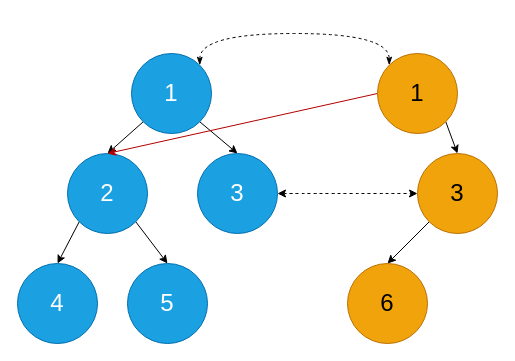
Earlier version of the draw.io diagram drafts/Pics_normal/Immudata树状结构添加节点的示意图.drawio (PopoPlus/learn-skills-github-pages). Source tidied: cells renumbered, new cells numbered last; positions are measured from the earlier drawing's top-left corner, leaving out a move shared by most shapes. Both pictures are drawn from the tidied source at 100%, with x=0, y=0 at pixel (17, 33).
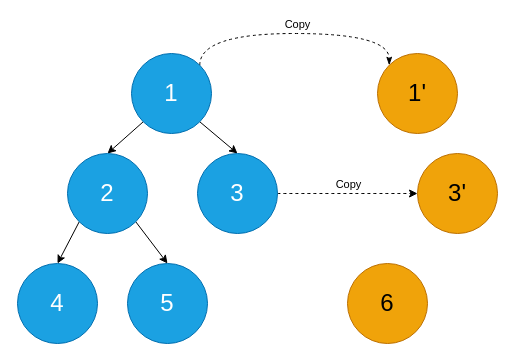
The same diagram, later.

Commit message (it also covers changes not shown here):
完善内容，并修改部分示意图。

The change refers to these unchanged cells:
```xml
<mxCell id="5" value="&lt;font style=&quot;font-size: 24px;&quot;&gt;1&lt;/font&gt;" style="ellipse;whiteSpace=wrap;html=1;fillColor=#1ba1e2;fontColor=#ffffff;strokeColor=#006EAF;" parent="1" vertex="1">
  <mxGeometry x="114" y="20" width="80" height="80" as="geometry" />
</mxCell>
<mxCell id="8" value="&lt;font style=&quot;font-size: 24px;&quot;&gt;2&lt;/font&gt;" style="ellipse;whiteSpace=wrap;html=1;fillColor=#1ba1e2;fontColor=#ffffff;strokeColor=#006EAF;" parent="1" vertex="1">
  <mxGeometry x="50" y="120" width="80" height="80" as="geometry" />
</mxCell>
<mxCell id="10" value="&lt;font style=&quot;font-size: 24px;&quot;&gt;3&lt;/font&gt;" style="ellipse;whiteSpace=wrap;html=1;fillColor=#1ba1e2;fontColor=#ffffff;strokeColor=#006EAF;" parent="1" vertex="1">
  <mxGeometry x="180" y="120" width="80" height="80" as="geometry" />
</mxCell>
<mxCell id="13" value="&lt;font style=&quot;font-size: 24px;&quot;&gt;6&lt;/font&gt;" style="ellipse;whiteSpace=wrap;html=1;fillColor=#f0a30a;fontColor=#000000;strokeColor=#BD7000;" parent="1" vertex="1">
  <mxGeometry x="330" y="230" width="80" height="80" as="geometry" />
</mxCell>
```

Change to the diagram source:
```diff
@@
-    <mxCell id="4" style="edgeStyle=orthogonalEdgeStyle;rounded=0;jettySize=auto;html=1;exitX=1;exitY=0;exitDx=0;exitDy=0;entryX=0;entryY=0;entryDx=0;entryDy=0;curved=1;dashed=1;endArrow=classicThin;endFill=1;startArrow=classicThin;startFill=1;" parent="1" edge="1" source="5" target="16">
+    <mxCell id="4" style="edgeStyle=orthogonalEdgeStyle;rounded=0;jettySize=auto;html=1;exitX=1;exitY=0;exitDx=0;exitDy=0;entryX=0;entryY=0;entryDx=0;entryDy=0;curved=1;dashed=1;endArrow=classicThin;endFill=1;startArrow=none;startFill=0;" parent="1" edge="1" source="5" target="16">
       <mxGeometry relative="1" as="geometry">
         <Array as="points">
           <mxPoint x="182" />
           <mxPoint x="372" />
         </Array>
       </mxGeometry>
     </mxCell>
+    <mxCell id="19" value="Copy" style="edgeLabel;html=1;align=center;verticalAlign=middle;labelBackgroundColor=none;" parent="4" vertex="1">
+      <mxGeometry x="0.09" relative="1" as="geometry">
+        <mxPoint x="-9" y="-10" as="offset" />
+      </mxGeometry>
+    </mxCell>
@@
-    <mxCell id="9" style="edgeStyle=orthogonalEdgeStyle;rounded=0;jettySize=auto;html=1;exitX=1;exitY=0.5;exitDx=0;exitDy=0;entryX=0;entryY=0.5;entryDx=0;entryDy=0;curved=1;dashed=1;endArrow=classic;endFill=1;startArrow=classic;startFill=1;" parent="1" edge="1" source="10" target="18">
+    <mxCell id="9" style="edgeStyle=orthogonalEdgeStyle;rounded=0;jettySize=auto;html=1;exitX=1;exitY=0.5;exitDx=0;exitDy=0;entryX=0;entryY=0.5;entryDx=0;entryDy=0;curved=1;dashed=1;endArrow=classic;endFill=1;startArrow=none;startFill=0;" parent="1" edge="1" source="10" target="18">
       <mxGeometry relative="1" as="geometry" />
     </mxCell>
+    <mxCell id="20" value="Copy" style="edgeLabel;html=1;align=center;verticalAlign=middle;labelBackgroundColor=none;" parent="9" vertex="1">
+      <mxGeometry x="0.14" relative="1" as="geometry">
+        <mxPoint x="-10" y="-10" as="offset" />
+      </mxGeometry>
+    </mxCell>
@@
-    <mxCell id="14" style="rounded=0;jettySize=auto;html=1;exitX=1;exitY=1;exitDx=0;exitDy=0;entryX=0.5;entryY=0;entryDx=0;entryDy=0;" parent="1" edge="1" source="16" target="18">
-      <mxGeometry relative="1" as="geometry" />
-    </mxCell>
-    <mxCell id="15" style="rounded=0;jettySize=auto;html=1;exitX=0;exitY=0.5;exitDx=0;exitDy=0;entryX=0.5;entryY=0;entryDx=0;entryDy=0;fillColor=#e51400;strokeColor=#B20000;" parent="1" edge="1" source="16" target="8">
-      <mxGeometry relative="1" as="geometry" />
-    </mxCell>
-    <mxCell id="16" value="&lt;font style=&quot;font-size: 24px;&quot;&gt;1&lt;/font&gt;" style="ellipse;whiteSpace=wrap;html=1;fillColor=#f0a30a;fontColor=#000000;strokeColor=#BD7000;" parent="1" vertex="1">
+    <mxCell id="16" value="&lt;font style=&quot;font-size: 24px&quot;&gt;1'&lt;/font&gt;" style="ellipse;whiteSpace=wrap;html=1;fillColor=#f0a30a;fontColor=#000000;strokeColor=#BD7000;" parent="1" vertex="1">
       <mxGeometry x="360" y="20" width="80" height="80" as="geometry" />
     </mxCell>
-    <mxCell id="17" style="rounded=0;jettySize=auto;html=1;exitX=0;exitY=1;exitDx=0;exitDy=0;entryX=0.5;entryY=0;entryDx=0;entryDy=0;" parent="1" edge="1" source="18" target="13">
-      <mxGeometry relative="1" as="geometry" />
-    </mxCell>
-    <mxCell id="18" value="&lt;font style=&quot;font-size: 24px;&quot;&gt;3&lt;/font&gt;" style="ellipse;whiteSpace=wrap;html=1;fillColor=#f0a30a;fontColor=#000000;strokeColor=#BD7000;" parent="1" vertex="1">
+    <mxCell id="18" value="&lt;font style=&quot;font-size: 24px&quot;&gt;3'&lt;/font&gt;" style="ellipse;whiteSpace=wrap;html=1;fillColor=#f0a30a;fontColor=#000000;strokeColor=#BD7000;" parent="1" vertex="1">
       <mxGeometry x="400" y="120" width="80" height="80" as="geometry" />
     </mxCell>
```
